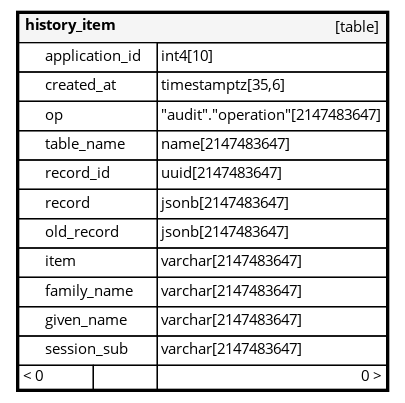
Earlier version of the Graphviz export schemaspy/ccbc_public/diagrams/orphans/orphans.png (bcgov/CONN-CCBC-portal). Its source is kept beside it as schemaspy/ccbc_public/diagrams/orphans/orphans.dot.
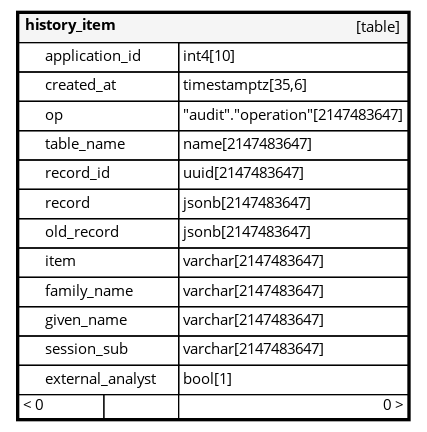
Above is the later version.

The edit, as a diff of the source:
```diff
@@ -4,17 +4,18 @@
    label=<
     <TABLE BORDER="2" CELLBORDER="1" CELLSPACING="0" BGCOLOR="#ffffff">
       <TR><TD COLSPAN="4"  BGCOLOR="#f5f5f5"><TABLE BORDER="0" CELLSPACING="0"><TR><TD ALIGN="LEFT" FIXEDSIZE="TRUE" WIDTH="75" HEIGHT="16"><B>history_item</B></TD><TD ALIGN="RIGHT">[table]</TD></TR></TABLE></TD></TR>
-      <TR><TD PORT="application_id" COLSPAN="2" BGCOLOR="#ffffff" ALIGN="LEFT"><TABLE BORDER="0" CELLSPACING="0" ALIGN="LEFT"><TR ALIGN="LEFT"><TD ALIGN="LEFT" FIXEDSIZE="TRUE" WIDTH="15" HEIGHT="16"></TD><TD ALIGN="LEFT" FIXEDSIZE="TRUE" WIDTH="83" HEIGHT="16">application_id</TD></TR></TABLE></TD><TD PORT="application_id.type" ALIGN="LEFT">int4[10]</TD></TR>
-      <TR><TD PORT="created_at" COLSPAN="2" ALIGN="LEFT"><TABLE BORDER="0" CELLSPACING="0" ALIGN="LEFT"><TR ALIGN="LEFT"><TD ALIGN="LEFT" FIXEDSIZE="TRUE" WIDTH="15" HEIGHT="16"></TD><TD ALIGN="LEFT" FIXEDSIZE="TRUE" WIDTH="83" HEIGHT="16">created_at</TD></TR></TABLE></TD><TD PORT="created_at.type" ALIGN="LEFT">timestamptz[35,6]</TD></TR>
-      <TR><TD PORT="op" COLSPAN="2" ALIGN="LEFT"><TABLE BORDER="0" CELLSPACING="0" ALIGN="LEFT"><TR ALIGN="LEFT"><TD ALIGN="LEFT" FIXEDSIZE="TRUE" WIDTH="15" HEIGHT="16"></TD><TD ALIGN="LEFT" FIXEDSIZE="TRUE" WIDTH="83" HEIGHT="16">op</TD></TR></TABLE></TD><TD PORT="op.type" ALIGN="LEFT">&quot;audit&quot;.&quot;operation&quot;[2147483647]</TD></TR>
-      <TR><TD PORT="table_name" COLSPAN="2" ALIGN="LEFT"><TABLE BORDER="0" CELLSPACING="0" ALIGN="LEFT"><TR ALIGN="LEFT"><TD ALIGN="LEFT" FIXEDSIZE="TRUE" WIDTH="15" HEIGHT="16"></TD><TD ALIGN="LEFT" FIXEDSIZE="TRUE" WIDTH="83" HEIGHT="16">table_name</TD></TR></TABLE></TD><TD PORT="table_name.type" ALIGN="LEFT">name[2147483647]</TD></TR>
-      <TR><TD PORT="record_id" COLSPAN="2" ALIGN="LEFT"><TABLE BORDER="0" CELLSPACING="0" ALIGN="LEFT"><TR ALIGN="LEFT"><TD ALIGN="LEFT" FIXEDSIZE="TRUE" WIDTH="15" HEIGHT="16"></TD><TD ALIGN="LEFT" FIXEDSIZE="TRUE" WIDTH="83" HEIGHT="16">record_id</TD></TR></TABLE></TD><TD PORT="record_id.type" ALIGN="LEFT">uuid[2147483647]</TD></TR>
-      <TR><TD PORT="record" COLSPAN="2" ALIGN="LEFT"><TABLE BORDER="0" CELLSPACING="0" ALIGN="LEFT"><TR ALIGN="LEFT"><TD ALIGN="LEFT" FIXEDSIZE="TRUE" WIDTH="15" HEIGHT="16"></TD><TD ALIGN="LEFT" FIXEDSIZE="TRUE" WIDTH="83" HEIGHT="16">record</TD></TR></TABLE></TD><TD PORT="record.type" ALIGN="LEFT">jsonb[2147483647]</TD></TR>
-      <TR><TD PORT="old_record" COLSPAN="2" ALIGN="LEFT"><TABLE BORDER="0" CELLSPACING="0" ALIGN="LEFT"><TR ALIGN="LEFT"><TD ALIGN="LEFT" FIXEDSIZE="TRUE" WIDTH="15" HEIGHT="16"></TD><TD ALIGN="LEFT" FIXEDSIZE="TRUE" WIDTH="83" HEIGHT="16">old_record</TD></TR></TABLE></TD><TD PORT="old_record.type" ALIGN="LEFT">jsonb[2147483647]</TD></TR>
-      <TR><TD PORT="item" COLSPAN="2" ALIGN="LEFT"><TABLE BORDER="0" CELLSPACING="0" ALIGN="LEFT"><TR ALIGN="LEFT"><TD ALIGN="LEFT" FIXEDSIZE="TRUE" WIDTH="15" HEIGHT="16"></TD><TD ALIGN="LEFT" FIXEDSIZE="TRUE" WIDTH="83" HEIGHT="16">item</TD></TR></TABLE></TD><TD PORT="item.type" ALIGN="LEFT">varchar[2147483647]</TD></TR>
-      <TR><TD PORT="family_name" COLSPAN="2" ALIGN="LEFT"><TABLE BORDER="0" CELLSPACING="0" ALIGN="LEFT"><TR ALIGN="LEFT"><TD ALIGN="LEFT" FIXEDSIZE="TRUE" WIDTH="15" HEIGHT="16"></TD><TD ALIGN="LEFT" FIXEDSIZE="TRUE" WIDTH="83" HEIGHT="16">family_name</TD></TR></TABLE></TD><TD PORT="family_name.type" ALIGN="LEFT">varchar[2147483647]</TD></TR>
-      <TR><TD PORT="given_name" COLSPAN="2" ALIGN="LEFT"><TABLE BORDER="0" CELLSPACING="0" ALIGN="LEFT"><TR ALIGN="LEFT"><TD ALIGN="LEFT" FIXEDSIZE="TRUE" WIDTH="15" HEIGHT="16"></TD><TD ALIGN="LEFT" FIXEDSIZE="TRUE" WIDTH="83" HEIGHT="16">given_name</TD></TR></TABLE></TD><TD PORT="given_name.type" ALIGN="LEFT">varchar[2147483647]</TD></TR>
-      <TR><TD PORT="session_sub" COLSPAN="2" ALIGN="LEFT"><TABLE BORDER="0" CELLSPACING="0" ALIGN="LEFT"><TR ALIGN="LEFT"><TD ALIGN="LEFT" FIXEDSIZE="TRUE" WIDTH="15" HEIGHT="16"></TD><TD ALIGN="LEFT" FIXEDSIZE="TRUE" WIDTH="83" HEIGHT="16">session_sub</TD></TR></TABLE></TD><TD PORT="session_sub.type" ALIGN="LEFT">varchar[2147483647]</TD></TR>
+      <TR><TD PORT="application_id" COLSPAN="2" BGCOLOR="#ffffff" ALIGN="LEFT"><TABLE BORDER="0" CELLSPACING="0" ALIGN="LEFT"><TR ALIGN="LEFT"><TD ALIGN="LEFT" FIXEDSIZE="TRUE" WIDTH="15" HEIGHT="16"></TD><TD ALIGN="LEFT" FIXEDSIZE="TRUE" WIDTH="99" HEIGHT="16">application_id</TD></TR></TABLE></TD><TD PORT="application_id.type" ALIGN="LEFT">int4[10]</TD></TR>
+      <TR><TD PORT="created_at" COLSPAN="2" ALIGN="LEFT"><TABLE BORDER="0" CELLSPACING="0" ALIGN="LEFT"><TR ALIGN="LEFT"><TD ALIGN="LEFT" FIXEDSIZE="TRUE" WIDTH="15" HEIGHT="16"></TD><TD ALIGN="LEFT" FIXEDSIZE="TRUE" WIDTH="99" HEIGHT="16">created_at</TD></TR></TABLE></TD><TD PORT="created_at.type" ALIGN="LEFT">timestamptz[35,6]</TD></TR>
+      <TR><TD PORT="op" COLSPAN="2" ALIGN="LEFT"><TABLE BORDER="0" CELLSPACING="0" ALIGN="LEFT"><TR ALIGN="LEFT"><TD ALIGN="LEFT" FIXEDSIZE="TRUE" WIDTH="15" HEIGHT="16"></TD><TD ALIGN="LEFT" FIXEDSIZE="TRUE" WIDTH="99" HEIGHT="16">op</TD></TR></TABLE></TD><TD PORT="op.type" ALIGN="LEFT">&quot;audit&quot;.&quot;operation&quot;[2147483647]</TD></TR>
+      <TR><TD PORT="table_name" COLSPAN="2" ALIGN="LEFT"><TABLE BORDER="0" CELLSPACING="0" ALIGN="LEFT"><TR ALIGN="LEFT"><TD ALIGN="LEFT" FIXEDSIZE="TRUE" WIDTH="15" HEIGHT="16"></TD><TD ALIGN="LEFT" FIXEDSIZE="TRUE" WIDTH="99" HEIGHT="16">table_name</TD></TR></TABLE></TD><TD PORT="table_name.type" ALIGN="LEFT">name[2147483647]</TD></TR>
+      <TR><TD PORT="record_id" COLSPAN="2" ALIGN="LEFT"><TABLE BORDER="0" CELLSPACING="0" ALIGN="LEFT"><TR ALIGN="LEFT"><TD ALIGN="LEFT" FIXEDSIZE="TRUE" WIDTH="15" HEIGHT="16"></TD><TD ALIGN="LEFT" FIXEDSIZE="TRUE" WIDTH="99" HEIGHT="16">record_id</TD></TR></TABLE></TD><TD PORT="record_id.type" ALIGN="LEFT">uuid[2147483647]</TD></TR>
+      <TR><TD PORT="record" COLSPAN="2" ALIGN="LEFT"><TABLE BORDER="0" CELLSPACING="0" ALIGN="LEFT"><TR ALIGN="LEFT"><TD ALIGN="LEFT" FIXEDSIZE="TRUE" WIDTH="15" HEIGHT="16"></TD><TD ALIGN="LEFT" FIXEDSIZE="TRUE" WIDTH="99" HEIGHT="16">record</TD></TR></TABLE></TD><TD PORT="record.type" ALIGN="LEFT">jsonb[2147483647]</TD></TR>
+      <TR><TD PORT="old_record" COLSPAN="2" ALIGN="LEFT"><TABLE BORDER="0" CELLSPACING="0" ALIGN="LEFT"><TR ALIGN="LEFT"><TD ALIGN="LEFT" FIXEDSIZE="TRUE" WIDTH="15" HEIGHT="16"></TD><TD ALIGN="LEFT" FIXEDSIZE="TRUE" WIDTH="99" HEIGHT="16">old_record</TD></TR></TABLE></TD><TD PORT="old_record.type" ALIGN="LEFT">jsonb[2147483647]</TD></TR>
+      <TR><TD PORT="item" COLSPAN="2" ALIGN="LEFT"><TABLE BORDER="0" CELLSPACING="0" ALIGN="LEFT"><TR ALIGN="LEFT"><TD ALIGN="LEFT" FIXEDSIZE="TRUE" WIDTH="15" HEIGHT="16"></TD><TD ALIGN="LEFT" FIXEDSIZE="TRUE" WIDTH="99" HEIGHT="16">item</TD></TR></TABLE></TD><TD PORT="item.type" ALIGN="LEFT">varchar[2147483647]</TD></TR>
+      <TR><TD PORT="family_name" COLSPAN="2" ALIGN="LEFT"><TABLE BORDER="0" CELLSPACING="0" ALIGN="LEFT"><TR ALIGN="LEFT"><TD ALIGN="LEFT" FIXEDSIZE="TRUE" WIDTH="15" HEIGHT="16"></TD><TD ALIGN="LEFT" FIXEDSIZE="TRUE" WIDTH="99" HEIGHT="16">family_name</TD></TR></TABLE></TD><TD PORT="family_name.type" ALIGN="LEFT">varchar[2147483647]</TD></TR>
+      <TR><TD PORT="given_name" COLSPAN="2" ALIGN="LEFT"><TABLE BORDER="0" CELLSPACING="0" ALIGN="LEFT"><TR ALIGN="LEFT"><TD ALIGN="LEFT" FIXEDSIZE="TRUE" WIDTH="15" HEIGHT="16"></TD><TD ALIGN="LEFT" FIXEDSIZE="TRUE" WIDTH="99" HEIGHT="16">given_name</TD></TR></TABLE></TD><TD PORT="given_name.type" ALIGN="LEFT">varchar[2147483647]</TD></TR>
+      <TR><TD PORT="session_sub" COLSPAN="2" ALIGN="LEFT"><TABLE BORDER="0" CELLSPACING="0" ALIGN="LEFT"><TR ALIGN="LEFT"><TD ALIGN="LEFT" FIXEDSIZE="TRUE" WIDTH="15" HEIGHT="16"></TD><TD ALIGN="LEFT" FIXEDSIZE="TRUE" WIDTH="99" HEIGHT="16">session_sub</TD></TR></TABLE></TD><TD PORT="session_sub.type" ALIGN="LEFT">varchar[2147483647]</TD></TR>
+      <TR><TD PORT="external_analyst" COLSPAN="2" ALIGN="LEFT"><TABLE BORDER="0" CELLSPACING="0" ALIGN="LEFT"><TR ALIGN="LEFT"><TD ALIGN="LEFT" FIXEDSIZE="TRUE" WIDTH="15" HEIGHT="16"></TD><TD ALIGN="LEFT" FIXEDSIZE="TRUE" WIDTH="99" HEIGHT="16">external_analyst</TD></TR></TABLE></TD><TD PORT="external_analyst.type" ALIGN="LEFT">bool[1]</TD></TR>
       <TR><TD ALIGN="LEFT" BGCOLOR="#ffffff">&lt; 0</TD><TD ALIGN="RIGHT" BGCOLOR="#ffffff">  </TD><TD ALIGN="RIGHT" BGCOLOR="#ffffff">0 &gt;</TD></TR>
     </TABLE>>
     URL="tables/history_item.html"
```
